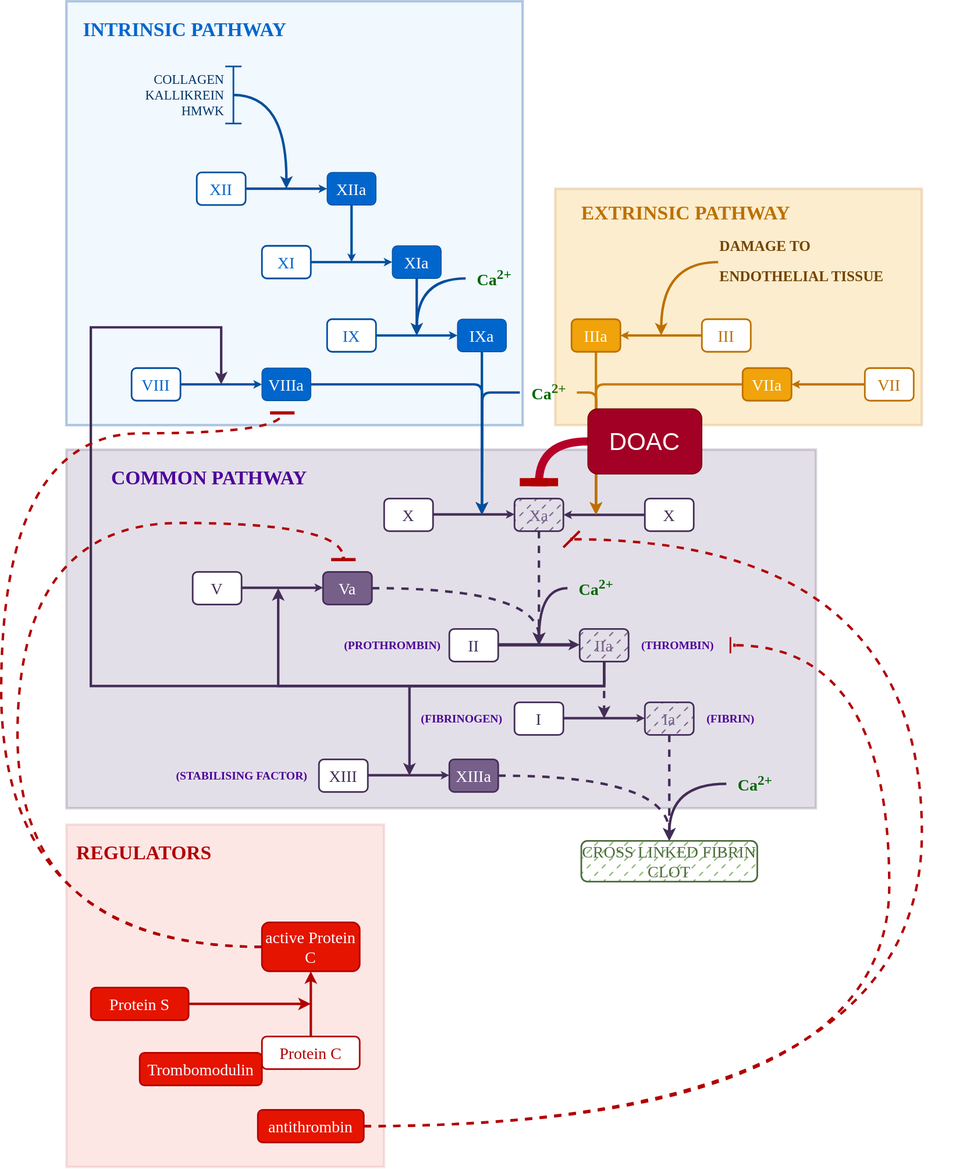
Above: images/doac.drawio.svg in rmvpaeme/stolling (draw.io), before the change. Source tidied: cells renumbered, new cells last; positions are measured from the earlier drawing's top-left corner, leaving out a move shared by most shapes.
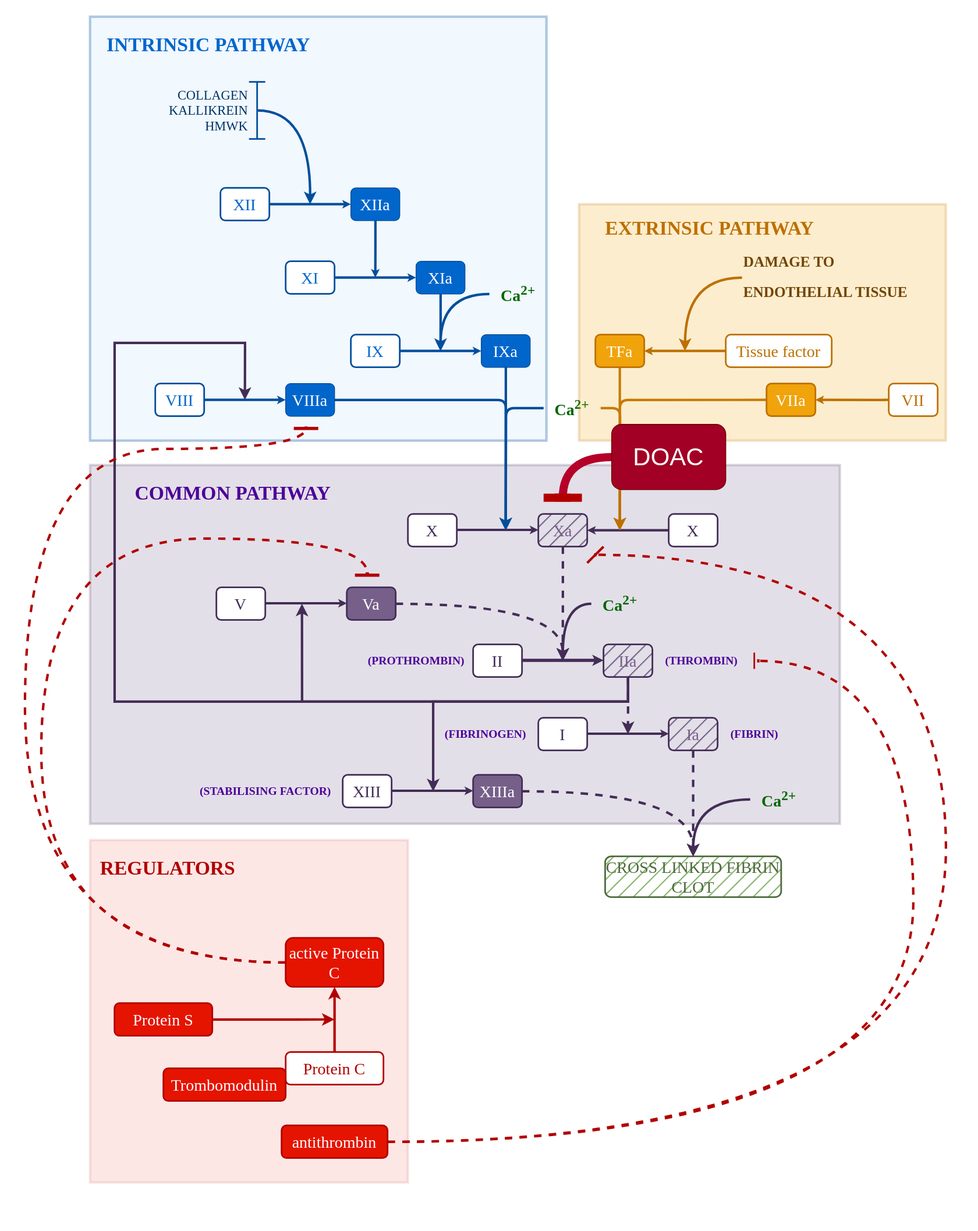
The same diagram one commit later.

What changed in the source:
```diff
@@ -1,10 +1,11 @@
 <mxGraphModel>
   <root>
     <mxCell id="0" />
+    <mxCell id="99" value="frame" parent="0" />
+    <mxCell id="100" style="rounded=0;whiteSpace=wrap;html=1;fillColor=default;strokeColor=none;opacity=0;" parent="99" vertex="1">
+      <mxGeometry x="-30" y="-20" width="1200" height="1510" as="geometry" />
+    </mxCell>
     <mxCell id="1" value="doac" parent="0" />
-    <mxCell id="2" style="rounded=0;whiteSpace=wrap;html=1;strokeColor=none;" parent="1" vertex="1">
-      <mxGeometry x="80" width="1100" height="1430" as="geometry" />
-    </mxCell>
     <mxCell id="3" style="rounded=0;whiteSpace=wrap;html=1;fillColor=#e51400;strokeWidth=3;strokeColor=#B20000;opacity=10;fontColor=#ffffff;" parent="1" vertex="1">
       <mxGeometry x="80" y="1010" width="390" height="420" as="geometry" />
     </mxCell>
@@ -95,7 +96,7 @@
         <mxPoint x="660" y="790" as="targetPoint" />
       </mxGeometry>
     </mxCell>
-    <mxCell id="28" value="&lt;font face=&quot;Tahoma&quot;&gt;&lt;span style=&quot;font-size: 20px;&quot;&gt;Xa&lt;/span&gt;&lt;/font&gt;" style="rounded=1;whiteSpace=wrap;html=1;fillColor=#76608a;fontColor=#76608A;strokeColor=#432D57;strokeWidth=2;fillStyle=dashed;align=center;verticalAlign=middle;fontFamily=Helvetica;fontSize=12;" parent="1" vertex="1">
+    <mxCell id="28" value="&lt;font face=&quot;Tahoma&quot;&gt;&lt;span style=&quot;font-size: 20px;&quot;&gt;Xa&lt;/span&gt;&lt;/font&gt;" style="rounded=1;whiteSpace=wrap;html=1;fillColor=#76608a;fontColor=#76608A;strokeColor=#432D57;strokeWidth=2;fillStyle=hatch;align=center;verticalAlign=middle;fontFamily=Helvetica;fontSize=12;" parent="1" vertex="1">
       <mxGeometry x="630" y="610" width="60" height="40" as="geometry" />
     </mxCell>
     <mxCell id="29" value="&lt;font face=&quot;Tahoma&quot;&gt;&lt;span style=&quot;font-size: 20px;&quot;&gt;X&lt;/span&gt;&lt;/font&gt;" style="rounded=1;whiteSpace=wrap;html=1;strokeWidth=2;strokeColor=#432D57;fontColor=#432D57;" parent="1" vertex="1">
@@ -159,7 +160,7 @@
         </Array>
       </mxGeometry>
     </mxCell>
-    <mxCell id="40" value="&lt;font face=&quot;Tahoma&quot;&gt;&lt;span style=&quot;font-size: 20px;&quot;&gt;IIa&lt;/span&gt;&lt;/font&gt;" style="rounded=1;whiteSpace=wrap;html=1;fillColor=#76608a;fontColor=#76608A;strokeColor=#432D57;strokeWidth=2;fillStyle=dashed;align=center;verticalAlign=middle;fontFamily=Helvetica;fontSize=12;" parent="1" vertex="1">
+    <mxCell id="40" value="&lt;font face=&quot;Tahoma&quot;&gt;&lt;span style=&quot;font-size: 20px;&quot;&gt;IIa&lt;/span&gt;&lt;/font&gt;" style="rounded=1;whiteSpace=wrap;html=1;fillColor=#76608a;fontColor=#76608A;strokeColor=#432D57;strokeWidth=2;fillStyle=hatch;align=center;verticalAlign=middle;fontFamily=Helvetica;fontSize=12;" parent="1" vertex="1">
       <mxGeometry x="710" y="770" width="60" height="40" as="geometry" />
     </mxCell>
     <mxCell id="41" value="&lt;font face=&quot;Tahoma&quot;&gt;&lt;span style=&quot;font-size: 20px;&quot;&gt;II&lt;/span&gt;&lt;/font&gt;" style="rounded=1;whiteSpace=wrap;html=1;strokeWidth=2;strokeColor=#432D57;fontColor=#432D57;" parent="1" vertex="1">
@@ -177,7 +178,7 @@
     <mxCell id="44" style="edgeStyle=orthogonalEdgeStyle;rounded=0;jettySize=auto;html=1;entryX=0.5;entryY=0;entryDx=0;entryDy=0;strokeColor=#432D57;strokeWidth=3;dashed=1;flowAnimation=1;flowAnimationTimingFunction=ease-in-out;flowAnimationDuration=400;flowAnimationDirection=alternate-reverse;" parent="1" edge="1" source="45" target="54">
       <mxGeometry relative="1" as="geometry" />
     </mxCell>
-    <mxCell id="45" value="&lt;font face=&quot;Tahoma&quot;&gt;&lt;span style=&quot;font-size: 20px;&quot;&gt;Ia&lt;/span&gt;&lt;/font&gt;" style="rounded=1;whiteSpace=wrap;html=1;fillColor=#76608a;fontColor=#76608A;strokeColor=#432D57;strokeWidth=2;fillStyle=dashed;align=center;verticalAlign=middle;fontFamily=Helvetica;fontSize=12;" parent="1" vertex="1">
+    <mxCell id="45" value="&lt;font face=&quot;Tahoma&quot;&gt;&lt;span style=&quot;font-size: 20px;&quot;&gt;Ia&lt;/span&gt;&lt;/font&gt;" style="rounded=1;whiteSpace=wrap;html=1;fillColor=#76608a;fontColor=#76608A;strokeColor=#432D57;strokeWidth=2;fillStyle=hatch;align=center;verticalAlign=middle;fontFamily=Helvetica;fontSize=12;" parent="1" vertex="1">
       <mxGeometry x="790" y="860" width="60" height="40" as="geometry" />
     </mxCell>
     <mxCell id="46" value="&lt;font face=&quot;Tahoma&quot;&gt;&lt;span style=&quot;font-size: 20px;&quot;&gt;I&lt;/span&gt;&lt;/font&gt;" style="rounded=1;whiteSpace=wrap;html=1;strokeWidth=2;strokeColor=#432D57;fontColor=#432D57;" parent="1" vertex="1">
@@ -210,7 +211,7 @@
     <mxCell id="53" value="&lt;h3&gt;&lt;font face=&quot;Tahoma&quot; color=&quot;#4c0099&quot;&gt;(STABILISING FACTOR)&lt;/font&gt;&lt;/h3&gt;" style="text;html=1;align=center;verticalAlign=middle;strokeColor=none;fillColor=none;fontColor=#0066cc;" parent="1" vertex="1">
       <mxGeometry x="200" y="920" width="190" height="60" as="geometry" />
     </mxCell>
-    <mxCell id="54" value="&lt;font face=&quot;Tahoma&quot;&gt;&lt;span style=&quot;font-size: 20px;&quot;&gt;CROSS LINKED FIBRIN CLOT&lt;/span&gt;&lt;/font&gt;" style="rounded=1;whiteSpace=wrap;html=1;fillColor=#82B366;strokeColor=#4E6B3D;strokeWidth=2;shadow=0;glass=0;fillStyle=dashed;fontColor=#4E6B3D;" parent="1" vertex="1">
+    <mxCell id="54" value="&lt;font face=&quot;Tahoma&quot;&gt;&lt;span style=&quot;font-size: 20px;&quot;&gt;CROSS LINKED FIBRIN CLOT&lt;/span&gt;&lt;/font&gt;" style="rounded=1;whiteSpace=wrap;html=1;fillColor=#82B366;strokeColor=#4E6B3D;strokeWidth=2;shadow=0;glass=0;fillStyle=hatch;fontColor=#4E6B3D;" parent="1" vertex="1">
       <mxGeometry x="712" y="1030" width="216" height="50" as="geometry" />
     </mxCell>
     <mxCell id="55" style="edgeStyle=orthogonalEdgeStyle;rounded=0;orthogonalLoop=1;jettySize=auto;html=1;strokeColor=#BD7000;strokeWidth=3;flowAnimation=0;" parent="1" edge="1">
@@ -363,11 +364,11 @@
     <mxCell id="86" value="&lt;h1&gt;&lt;font color=&quot;#bd7000&quot;&gt;EXTRINSIC PATHWAY&lt;/font&gt;&lt;/h1&gt;" style="text;html=1;align=center;verticalAlign=middle;strokeColor=none;fillColor=none;fontColor=#0066cc;fontFamily=Tahoma;" parent="1" vertex="1">
       <mxGeometry x="695" y="225" width="290" height="70" as="geometry" />
     </mxCell>
-    <mxCell id="87" value="&lt;font color=&quot;#ffffff&quot;&gt;&lt;span style=&quot;font-size: 20px;&quot;&gt;IIIa&lt;/span&gt;&lt;/font&gt;" style="rounded=1;whiteSpace=wrap;html=1;fillColor=#f0a30a;fontColor=#000000;strokeColor=#BD7000;strokeWidth=2;fontFamily=Tahoma;" parent="1" vertex="1">
+    <mxCell id="87" value="&lt;font color=&quot;#ffffff&quot;&gt;&lt;span style=&quot;font-size: 20px;&quot;&gt;TFa&lt;/span&gt;&lt;/font&gt;" style="rounded=1;whiteSpace=wrap;html=1;fillColor=#f0a30a;fontColor=#000000;strokeColor=#BD7000;strokeWidth=2;fontFamily=Tahoma;" parent="1" vertex="1">
       <mxGeometry x="700" y="390" width="60" height="40" as="geometry" />
     </mxCell>
-    <mxCell id="88" value="&lt;font face=&quot;Tahoma&quot;&gt;&lt;span style=&quot;font-size: 20px;&quot;&gt;III&lt;/span&gt;&lt;/font&gt;" style="rounded=1;whiteSpace=wrap;html=1;strokeWidth=2;strokeColor=#BD7000;fontColor=#BD7000;" parent="1" vertex="1">
-      <mxGeometry x="860" y="390" width="60" height="40" as="geometry" />
+    <mxCell id="88" value="&lt;font face=&quot;Tahoma&quot;&gt;&lt;span style=&quot;font-size: 20px;&quot;&gt;Tissue factor&lt;/span&gt;&lt;/font&gt;" style="rounded=1;whiteSpace=wrap;html=1;strokeWidth=2;strokeColor=#BD7000;fontColor=#BD7000;" parent="1" vertex="1">
+      <mxGeometry x="860" y="390" width="130" height="40" as="geometry" />
     </mxCell>
     <mxCell id="89" style="edgeStyle=orthogonalEdgeStyle;rounded=0;jettySize=auto;html=1;strokeWidth=3;strokeColor=#BD7000;flowAnimation=0;shadow=0;endSize=1;startSize=1;jumpSize=6;entryX=1;entryY=0.5;entryDx=0;entryDy=0;exitX=0;exitY=0.5;exitDx=0;exitDy=0;fontColor=#BD7000;" parent="1" edge="1" source="88" target="87">
       <mxGeometry relative="1" as="geometry" />
```
